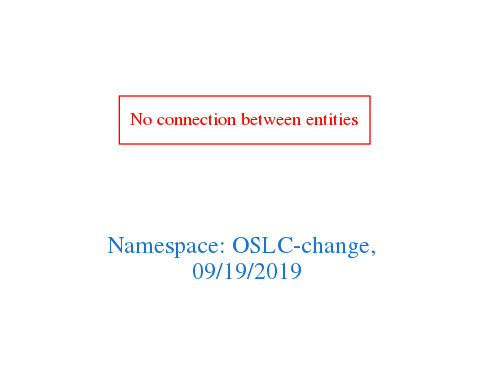
Before: downloads/OSLC-change.png, a diagram exported from Graphviz (arago/OGIT). Its source is kept beside it as downloads/OSLC-change.dot.
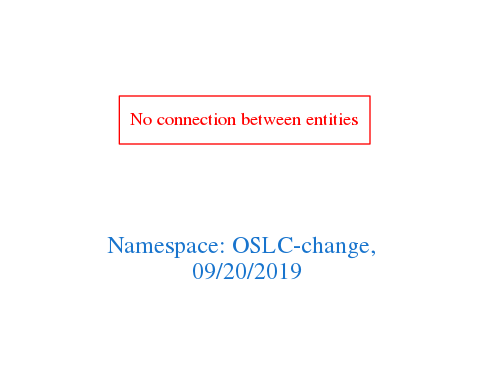
Above is the later version.

The edit, as a diff of the source:
```diff
@@ -1,7 +1,7 @@
 digraph OGIT_ontology {
  graph [ rankdir= LR,pad=1
 fontsize = 18,
-fontcolor= dodgerblue3,label = "\n\n\nNamespace: OSLC-change, \n 09/19/2019"];
+fontcolor= dodgerblue3,label = "\n\n\nNamespace: OSLC-change, \n 09/20/2019"];
 node[shape=polygon];
 edge [  color="gray81"];
 
```
